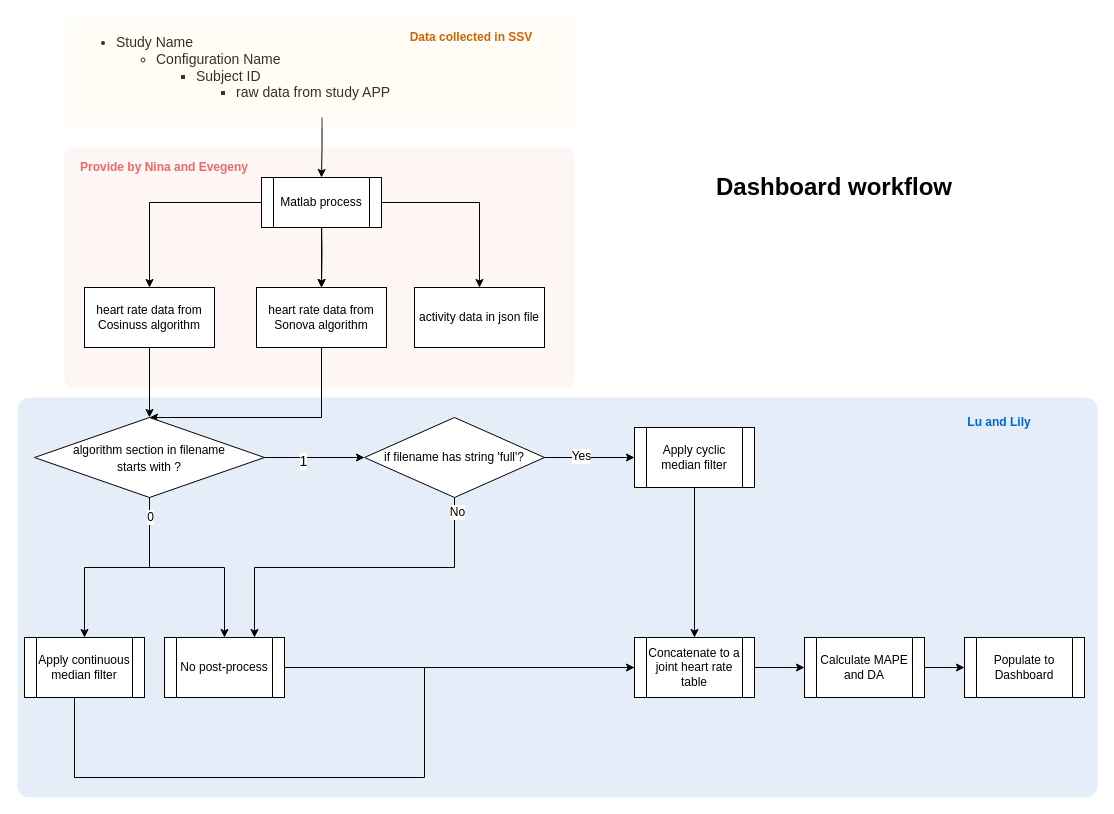
supertime1/cosinuss keeps this draw.io diagram as dashboard workflow.drawio. Above is the earlier version. Source tidied: cells renumbered, new cells numbered last; positions are measured from the earlier drawing's top-left corner, leaving out a move shared by most shapes. Both pictures are drawn from the tidied source at 100%, with x=0, y=0 at pixel (17, 17).
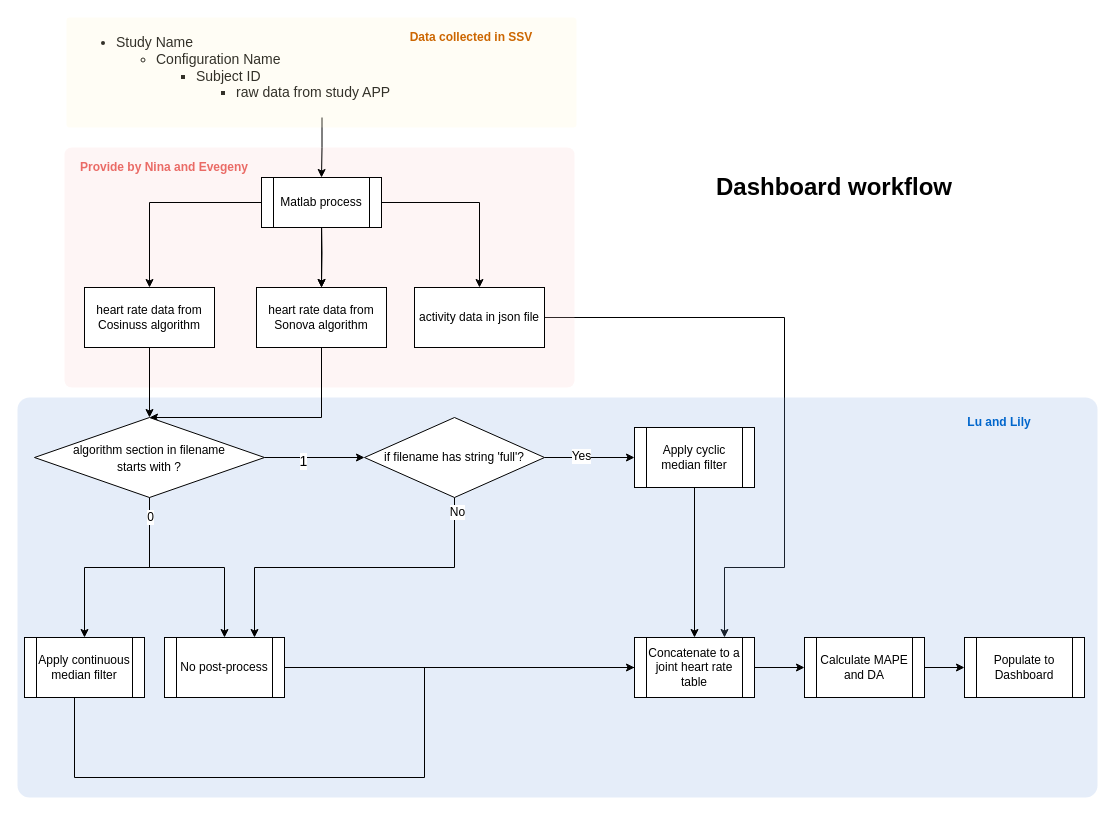
Above is the later version.

Unchanged cells that the change refers to:
```xml
<mxCell id="13" value="&lt;span style=&quot;font-size: 12px;&quot;&gt;activity data in json file&lt;/span&gt;" style="rounded=0;whiteSpace=wrap;html=1;fontSize=12;align=center;" parent="1" vertex="1">
  <mxGeometry x="397" y="270" width="130" height="60" as="geometry" />
</mxCell>
<mxCell id="33" value="Concatenate to a joint heart rate table" style="shape=process;whiteSpace=wrap;html=1;backgroundOutline=1;fontSize=12;align=center;" parent="1" vertex="1">
  <mxGeometry x="617" y="620" width="120" height="60" as="geometry" />
</mxCell>
```

What changed in the source:
```diff
@@
+    <mxCell id="43" style="edgeStyle=orthogonalEdgeStyle;rounded=0;jettySize=auto;html=1;entryX=0.75;entryY=0;entryDx=0;entryDy=0;fontSize=12;fontColor=#000000;endArrow=classic;endFill=1;strokeColor=#000000;" parent="1" edge="1" source="13" target="33">
+      <mxGeometry relative="1" as="geometry">
+        <Array as="points">
+          <mxPoint x="767" y="300" />
+          <mxPoint x="767" y="550" />
+          <mxPoint x="707" y="550" />
+        </Array>
+      </mxGeometry>
+    </mxCell>
```
